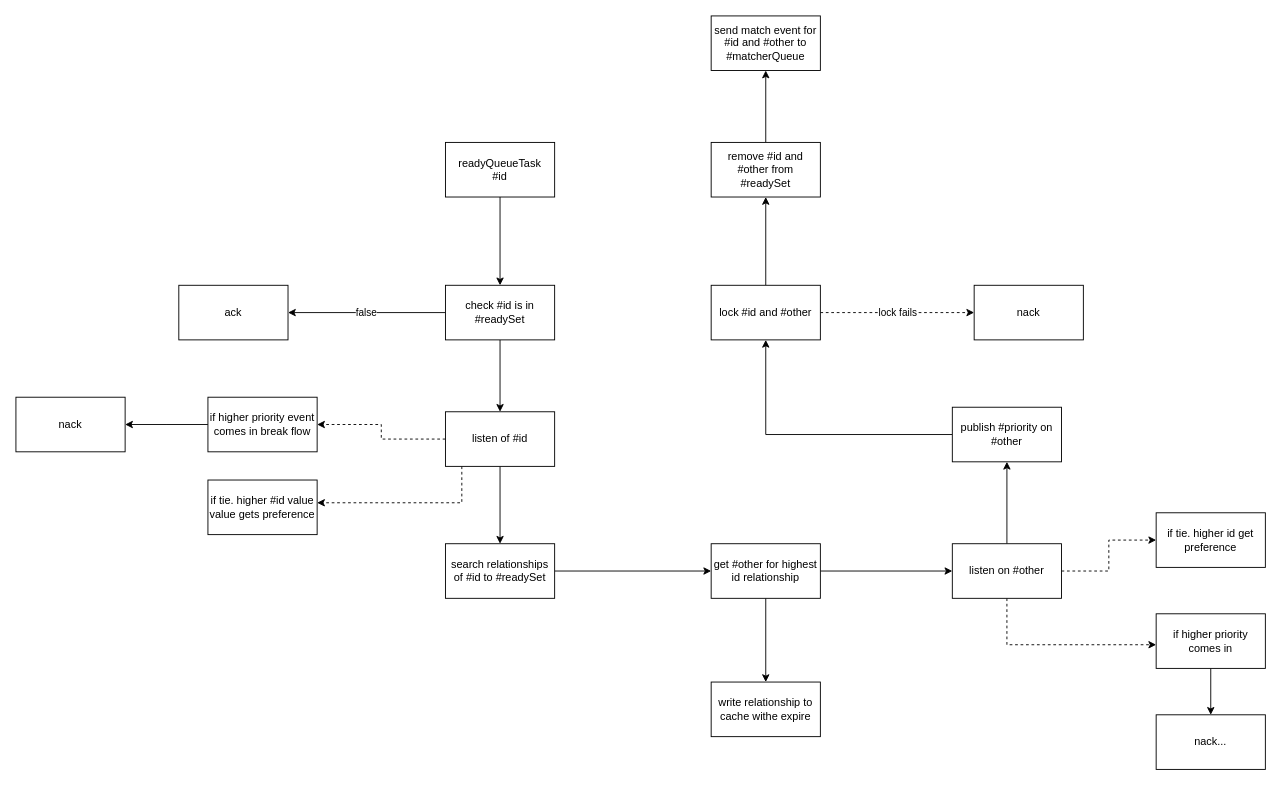
This is matchmaker/matchmaker-flow.drawio from andrew-delph/cloud-video-call, a draw.io file, before an edit. Source tidied: cells renumbered, new cells numbered last; positions are measured from the earlier drawing's top-left corner, leaving out a move shared by most shapes. Both pictures are drawn from the tidied source at 91%, with x=0, y=0 at pixel (15, 15).
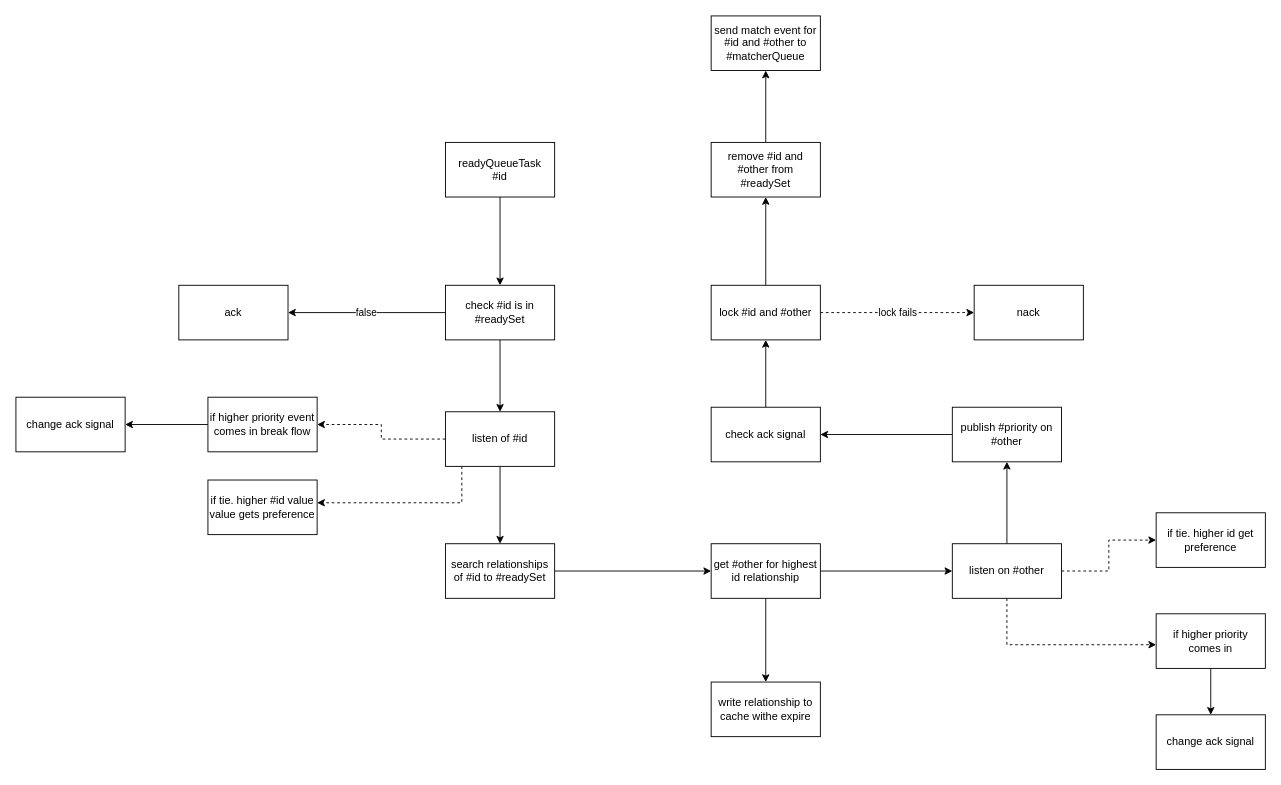
After the change.

Unchanged cells that the change refers to:
```xml
<mxCell id="19" value="lock #id and #other" style="rounded=0;whiteSpace=wrap;html=1;" parent="1" vertex="1">
  <mxGeometry x="764" y="296" width="120" height="60" as="geometry" />
</mxCell>
<mxCell id="30" value="publish #priority on #other" style="rounded=0;whiteSpace=wrap;html=1;" parent="1" vertex="1">
  <mxGeometry x="1029" y="430" width="120" height="60" as="geometry" />
</mxCell>
```

Diff of the diagram source:
```diff
@@
-    <mxCell id="29" style="edgeStyle=orthogonalEdgeStyle;rounded=0;jettySize=auto;html=1;" parent="1" edge="1" source="30" target="19">
-      <mxGeometry relative="1" as="geometry" />
-    </mxCell>
+    <mxCell id="39" style="edgeStyle=none;html=1;" parent="1" edge="1" source="30" target="41">
+      <mxGeometry relative="1" as="geometry" />
+    </mxCell>
@@
-    <mxCell id="33" value="nack..." style="rounded=0;whiteSpace=wrap;html=1;" parent="1" vertex="1">
+    <mxCell id="33" value="change ack signal" style="rounded=0;whiteSpace=wrap;html=1;" parent="1" vertex="1">
       <mxGeometry x="1253" y="768" width="120" height="60" as="geometry" />
     </mxCell>
-    <mxCell id="34" value="nack" style="rounded=0;whiteSpace=wrap;html=1;" parent="1" vertex="1">
+    <mxCell id="34" value="change ack signal" style="rounded=0;whiteSpace=wrap;html=1;" parent="1" vertex="1">
       <mxGeometry y="419" width="120" height="60" as="geometry" />
     </mxCell>
@@
+    <mxCell id="40" style="edgeStyle=none;html=1;entryX=0.5;entryY=1;entryDx=0;entryDy=0;" parent="1" edge="1" source="41" target="19">
+      <mxGeometry relative="1" as="geometry" />
+    </mxCell>
+    <mxCell id="41" value="check ack signal" style="rounded=0;whiteSpace=wrap;html=1;" parent="1" vertex="1">
+      <mxGeometry x="764" y="430" width="120" height="60" as="geometry" />
+    </mxCell>
```
